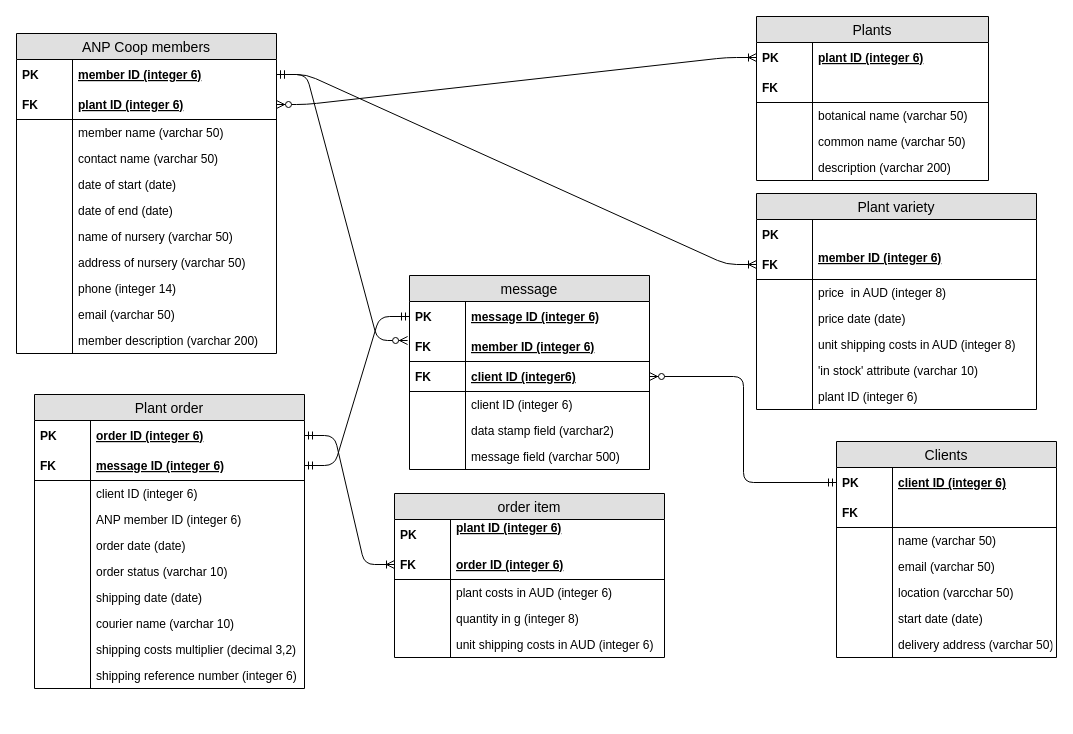
Earlier version of the draw.io diagram ICT211_Task2.drawio (usc-J-K200/MathGame). Source tidied: cells renumbered, new cells numbered last; positions are measured from the earlier drawing's top-left corner, leaving out a move shared by most shapes. Both pictures are drawn from the tidied source at 100%, with x=0, y=0 at pixel (16, 16).
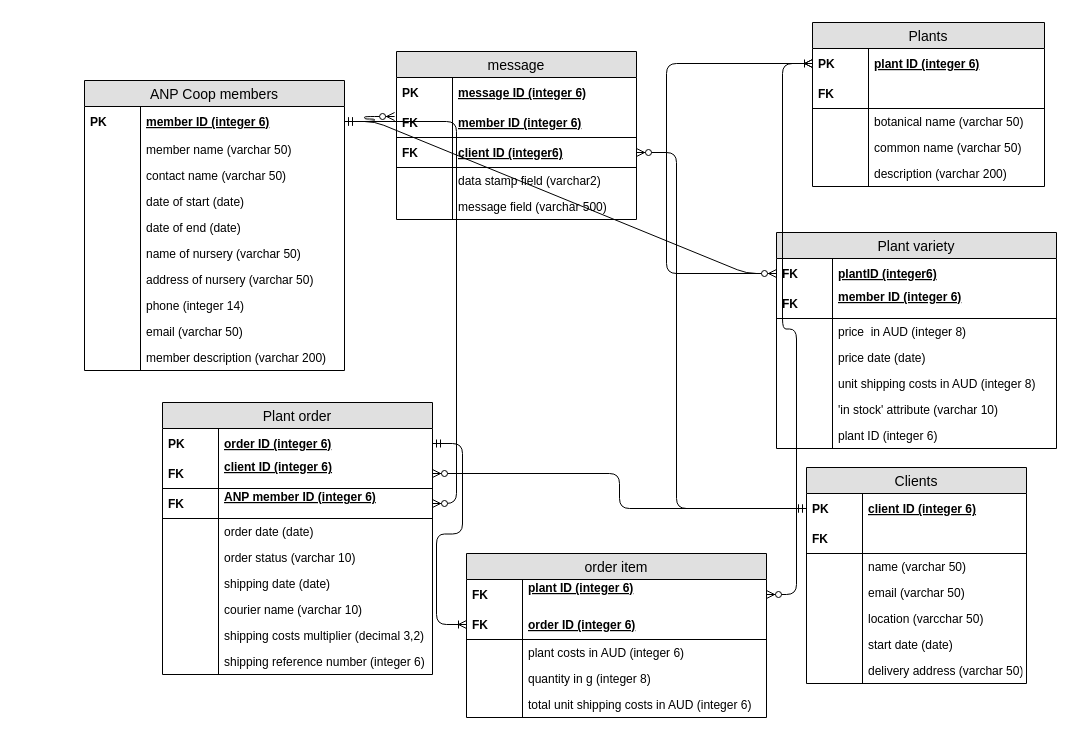
Above is the later version.

The change refers to these unchanged cells:
```xml
<mxCell id="3" value="member ID (integer 6)" style="shape=partialRectangle;top=0;left=0;right=0;bottom=0;align=left;verticalAlign=middle;fillColor=none;spacingLeft=60;spacingRight=4;overflow=hidden;points=[[0,0.5],[1,0.5]];portConstraint=eastwest;fontStyle=5;fontSize=12;" parent="2" vertex="1">
  <mxGeometry y="26" width="260" height="30" as="geometry" />
</mxCell>
<mxCell id="26" value="client ID (integer 6)" style="shape=partialRectangle;top=0;left=0;right=0;bottom=0;align=left;verticalAlign=middle;fillColor=none;spacingLeft=60;spacingRight=4;overflow=hidden;points=[[0,0.5],[1,0.5]];portConstraint=eastwest;fontStyle=5;fontSize=12;" parent="25" vertex="1">
  <mxGeometry y="26" width="220" height="30" as="geometry" />
</mxCell>
<mxCell id="41" value="plant ID (integer 6)" style="shape=partialRectangle;top=0;left=0;right=0;bottom=0;align=left;verticalAlign=middle;fillColor=none;spacingLeft=60;spacingRight=4;overflow=hidden;points=[[0,0.5],[1,0.5]];portConstraint=eastwest;fontStyle=5;fontSize=12;" parent="40" vertex="1">
  <mxGeometry y="26" width="232" height="30" as="geometry" />
</mxCell>
<mxCell id="54" value="member ID (integer 6)&#10;" style="shape=partialRectangle;top=0;left=0;right=0;bottom=1;align=left;verticalAlign=middle;fillColor=none;spacingLeft=60;spacingRight=4;overflow=hidden;points=[[0,0.5],[1,0.5]];portConstraint=eastwest;fontStyle=5;fontSize=12;" parent="51" vertex="1">
  <mxGeometry y="56" width="280" height="30" as="geometry" />
</mxCell>
<mxCell id="99" value="message ID (integer 6)" style="shape=partialRectangle;top=0;left=0;right=0;bottom=0;align=left;verticalAlign=middle;fillColor=none;spacingLeft=60;spacingRight=4;overflow=hidden;points=[[0,0.5],[1,0.5]];portConstraint=eastwest;fontStyle=5;fontSize=12;" parent="98" vertex="1">
  <mxGeometry y="26" width="240" height="30" as="geometry" />
</mxCell>
<mxCell id="103" value="client ID (integer6)" style="shape=partialRectangle;top=0;left=0;right=0;bottom=1;align=left;verticalAlign=middle;fillColor=none;spacingLeft=60;spacingRight=4;overflow=hidden;points=[[0,0.5],[1,0.5]];portConstraint=eastwest;fontStyle=5;fontSize=12;" parent="98" vertex="1">
  <mxGeometry y="86" width="240" height="30" as="geometry" />
</mxCell>
```

The edit, as a diff of the source:
```diff
@@
+    <mxCell id="117" style="fontSize=12;html=1;endArrow=ERmany;edgeStyle=elbowEdgeStyle;exitX=0;exitY=0.5;exitDx=0;exitDy=0;entryX=0;entryY=0.5;entryDx=0;entryDy=0;" parent="1" edge="1" source="52" target="41">
+      <mxGeometry relative="1" as="geometry">
+        <Array as="points">
+          <mxPoint x="650" y="127" />
+        </Array>
+      </mxGeometry>
+    </mxCell>
     <mxCell id="2" value="ANP Coop members" style="swimlane;fontStyle=0;horizontal=1;startSize=26;fillColor=#e0e0e0;swimlaneFillColor=#ffffff;align=center;fontSize=14;" parent="1" vertex="1">
-      <mxGeometry y="17" width="260" height="320" as="geometry" />
+      <mxGeometry x="68" y="64" width="260" height="290" as="geometry" />
     </mxCell>
@@
-    <mxCell id="5" value="plant ID (integer 6)" style="shape=partialRectangle;top=0;left=0;right=0;bottom=1;align=left;verticalAlign=middle;fillColor=none;spacingLeft=60;spacingRight=4;overflow=hidden;points=[[0,0.5],[1,0.5]];portConstraint=eastwest;fontStyle=5;fontSize=12;" parent="2" vertex="1">
-      <mxGeometry y="56" width="260" height="30" as="geometry" />
-    </mxCell>
-    <mxCell id="6" value="FK" style="shape=partialRectangle;fontStyle=1;top=0;left=0;bottom=0;fillColor=none;align=left;verticalAlign=middle;spacingLeft=4;spacingRight=4;overflow=hidden;fontSize=12;" parent="5" vertex="1">
-      <mxGeometry width="56" height="30" as="geometry" />
-    </mxCell>
     <mxCell id="7" value="member name (varchar 50)&#10;" style="shape=partialRectangle;top=0;left=0;right=0;bottom=0;align=left;verticalAlign=top;fillColor=none;spacingLeft=60;spacingRight=4;overflow=hidden;fontSize=12;" parent="2" vertex="1">
-      <mxGeometry y="86" width="260" height="26" as="geometry" />
+      <mxGeometry y="56" width="260" height="26" as="geometry" />
     </mxCell>
@@
     <mxCell id="9" value="contact name (varchar 50)&#10;" style="shape=partialRectangle;top=0;left=0;right=0;bottom=0;align=left;verticalAlign=top;fillColor=none;spacingLeft=60;spacingRight=4;overflow=hidden;fontSize=12;" parent="2" vertex="1">
-      <mxGeometry y="112" width="260" height="26" as="geometry" />
+      <mxGeometry y="82" width="260" height="26" as="geometry" />
     </mxCell>
@@
     <mxCell id="11" value="date of start (date)&#10;" style="shape=partialRectangle;top=0;left=0;right=0;bottom=0;align=left;verticalAlign=top;fillColor=none;spacingLeft=60;spacingRight=4;overflow=hidden;fontSize=12;" parent="2" vertex="1">
-      <mxGeometry y="138" width="260" height="26" as="geometry" />
+      <mxGeometry y="108" width="260" height="26" as="geometry" />
     </mxCell>
@@
     <mxCell id="13" value="date of end (date)&#10;" style="shape=partialRectangle;top=0;left=0;right=0;bottom=0;align=left;verticalAlign=top;fillColor=none;spacingLeft=60;spacingRight=4;overflow=hidden;fontSize=12;" parent="2" vertex="1">
-      <mxGeometry y="164" width="260" height="26" as="geometry" />
+      <mxGeometry y="134" width="260" height="26" as="geometry" />
     </mxCell>
@@
     <mxCell id="15" value="name of nursery (varchar 50)&#10;" style="shape=partialRectangle;top=0;left=0;right=0;bottom=0;align=left;verticalAlign=top;fillColor=none;spacingLeft=60;spacingRight=4;overflow=hidden;fontSize=12;" parent="2" vertex="1">
-      <mxGeometry y="190" width="260" height="26" as="geometry" />
+      <mxGeometry y="160" width="260" height="26" as="geometry" />
     </mxCell>
@@
     <mxCell id="17" value="address of nursery (varchar 50)&#10;" style="shape=partialRectangle;top=0;left=0;right=0;bottom=0;align=left;verticalAlign=top;fillColor=none;spacingLeft=60;spacingRight=4;overflow=hidden;fontSize=12;" parent="2" vertex="1">
-      <mxGeometry y="216" width="260" height="26" as="geometry" />
+      <mxGeometry y="186" width="260" height="26" as="geometry" />
     </mxCell>
@@
     <mxCell id="19" value="phone (integer 14)&#10;" style="shape=partialRectangle;top=0;left=0;right=0;bottom=0;align=left;verticalAlign=top;fillColor=none;spacingLeft=60;spacingRight=4;overflow=hidden;fontSize=12;" parent="2" vertex="1">
-      <mxGeometry y="242" width="260" height="26" as="geometry" />
+      <mxGeometry y="212" width="260" height="26" as="geometry" />
     </mxCell>
@@
     <mxCell id="21" value="email (varchar 50)&#10;" style="shape=partialRectangle;top=0;left=0;right=0;bottom=0;align=left;verticalAlign=top;fillColor=none;spacingLeft=60;spacingRight=4;overflow=hidden;fontSize=12;" parent="2" vertex="1">
-      <mxGeometry y="268" width="260" height="26" as="geometry" />
+      <mxGeometry y="238" width="260" height="26" as="geometry" />
     </mxCell>
@@
     <mxCell id="23" value="member description (varchar 200)&#10;" style="shape=partialRectangle;top=0;left=0;right=0;bottom=0;align=left;verticalAlign=top;fillColor=none;spacingLeft=60;spacingRight=4;overflow=hidden;fontSize=12;" parent="2" vertex="1">
-      <mxGeometry y="294" width="260" height="26" as="geometry" />
+      <mxGeometry y="264" width="260" height="26" as="geometry" />
     </mxCell>
@@
     <mxCell id="25" value="Clients" style="swimlane;fontStyle=0;horizontal=1;startSize=26;fillColor=#e0e0e0;swimlaneFillColor=#ffffff;align=center;fontSize=14;" parent="1" vertex="1">
-      <mxGeometry x="820" y="425" width="220" height="216" as="geometry" />
+      <mxGeometry x="790" y="451" width="220" height="216" as="geometry" />
     </mxCell>
@@
     <mxCell id="40" value="Plants" style="swimlane;fontStyle=0;horizontal=1;startSize=26;fillColor=#e0e0e0;swimlaneFillColor=#ffffff;align=center;fontSize=14;" parent="1" vertex="1">
-      <mxGeometry x="740" width="232" height="164" as="geometry" />
+      <mxGeometry x="796" y="6" width="232" height="164" as="geometry" />
     </mxCell>
@@
     <mxCell id="51" value="Plant variety" style="swimlane;fontStyle=0;horizontal=1;startSize=26;fillColor=#e0e0e0;swimlaneFillColor=#ffffff;align=center;fontSize=14;" parent="1" vertex="1">
-      <mxGeometry x="740" y="177" width="280" height="216" as="geometry" />
+      <mxGeometry x="760" y="216" width="280" height="216" as="geometry" />
     </mxCell>
-    <mxCell id="52" style="shape=partialRectangle;top=0;left=0;right=0;bottom=0;align=left;verticalAlign=middle;fillColor=none;spacingLeft=60;spacingRight=4;overflow=hidden;points=[[0,0.5],[1,0.5]];portConstraint=eastwest;fontStyle=5;fontSize=12;" parent="51" vertex="1">
+    <mxCell id="52" value="plantID (integer6)" style="shape=partialRectangle;top=0;left=0;right=0;bottom=0;align=left;verticalAlign=middle;fillColor=none;spacingLeft=60;spacingRight=4;overflow=hidden;points=[[0,0.5],[1,0.5]];portConstraint=eastwest;fontStyle=5;fontSize=12;" parent="51" vertex="1">
       <mxGeometry y="26" width="280" height="30" as="geometry" />
     </mxCell>
-    <mxCell id="53" value="PK" style="shape=partialRectangle;fontStyle=1;top=0;left=0;bottom=0;fillColor=none;align=left;verticalAlign=middle;spacingLeft=4;spacingRight=4;overflow=hidden;fontSize=12;" parent="52" vertex="1">
+    <mxCell id="53" value="FK" style="shape=partialRectangle;fontStyle=1;top=0;left=0;bottom=0;fillColor=none;align=left;verticalAlign=middle;spacingLeft=4;spacingRight=4;overflow=hidden;fontSize=12;" parent="52" vertex="1">
       <mxGeometry width="56" height="30" as="geometry" />
     </mxCell>
@@
     <mxCell id="66" value="Plant order" style="swimlane;fontStyle=0;horizontal=1;startSize=26;fillColor=#e0e0e0;swimlaneFillColor=#ffffff;align=center;fontSize=14;" parent="1" vertex="1">
-      <mxGeometry x="18" y="378" width="270" height="294" as="geometry" />
+      <mxGeometry x="146" y="386" width="270" height="272" as="geometry" />
     </mxCell>
@@
-    <mxCell id="69" value="message ID (integer 6)" style="shape=partialRectangle;top=0;left=0;right=0;bottom=1;align=left;verticalAlign=middle;fillColor=none;spacingLeft=60;spacingRight=4;overflow=hidden;points=[[0,0.5],[1,0.5]];portConstraint=eastwest;fontStyle=5;fontSize=12;" parent="66" vertex="1">
+    <mxCell id="69" value="client ID (integer 6)&#10;&#10;" style="shape=partialRectangle;top=0;left=0;right=0;bottom=1;align=left;verticalAlign=middle;fillColor=none;spacingLeft=60;spacingRight=4;overflow=hidden;points=[[0,0.5],[1,0.5]];portConstraint=eastwest;fontStyle=5;fontSize=12;" parent="66" vertex="1">
       <mxGeometry y="56" width="270" height="30" as="geometry" />
     </mxCell>
@@
-    <mxCell id="71" value="client ID (integer 6)&#10;" style="shape=partialRectangle;top=0;left=0;right=0;bottom=0;align=left;verticalAlign=top;fillColor=none;spacingLeft=60;spacingRight=4;overflow=hidden;fontSize=12;" parent="66" vertex="1">
-      <mxGeometry y="86" width="270" height="26" as="geometry" />
-    </mxCell>
-    <mxCell id="72" style="shape=partialRectangle;top=0;left=0;bottom=0;fillColor=none;align=left;verticalAlign=top;spacingLeft=4;spacingRight=4;overflow=hidden;fontSize=12;" parent="71" vertex="1">
-      <mxGeometry width="56" height="26" as="geometry" />
-    </mxCell>
-    <mxCell id="73" value="ANP member ID (integer 6)&#10;" style="shape=partialRectangle;top=0;left=0;right=0;bottom=0;align=left;verticalAlign=top;fillColor=none;spacingLeft=60;spacingRight=4;overflow=hidden;points=[[0,0.5],[1,0.5]];portConstraint=eastwest;fontSize=12;" parent="66" vertex="1">
-      <mxGeometry y="112" width="270" height="26" as="geometry" />
+    <mxCell id="73" value="ANP member ID (integer 6)&#10;" style="shape=partialRectangle;top=0;left=0;right=0;bottom=1;align=left;verticalAlign=middle;fillColor=none;spacingLeft=60;spacingRight=4;overflow=hidden;points=[[0,0.5],[1,0.5]];portConstraint=eastwest;fontStyle=5;fontSize=12;" parent="66" vertex="1">
+      <mxGeometry y="86" width="270" height="30" as="geometry" />
     </mxCell>
-    <mxCell id="74" style="shape=partialRectangle;top=0;left=0;bottom=0;fillColor=none;align=left;verticalAlign=top;spacingLeft=4;spacingRight=4;overflow=hidden;fontSize=12;" parent="73" vertex="1">
-      <mxGeometry width="56" height="26" as="geometry" />
-    </mxCell>
+    <mxCell id="6" value="FK" style="shape=partialRectangle;fontStyle=1;top=0;left=0;bottom=0;fillColor=none;align=left;verticalAlign=middle;spacingLeft=4;spacingRight=4;overflow=hidden;fontSize=12;" parent="73" vertex="1">
+      <mxGeometry width="56" height="30" as="geometry" />
+    </mxCell>
     <mxCell id="75" value="order date (date)&#10;" style="shape=partialRectangle;top=0;left=0;right=0;bottom=0;align=left;verticalAlign=top;fillColor=none;spacingLeft=60;spacingRight=4;overflow=hidden;fontSize=12;" parent="66" vertex="1">
-      <mxGeometry y="138" width="270" height="26" as="geometry" />
+      <mxGeometry y="116" width="270" height="26" as="geometry" />
     </mxCell>
@@
     <mxCell id="77" value="order status (varchar 10)&#10;" style="shape=partialRectangle;top=0;left=0;right=0;bottom=0;align=left;verticalAlign=top;fillColor=none;spacingLeft=60;spacingRight=4;overflow=hidden;fontSize=12;" parent="66" vertex="1">
-      <mxGeometry y="164" width="270" height="26" as="geometry" />
+      <mxGeometry y="142" width="270" height="26" as="geometry" />
     </mxCell>
@@
     <mxCell id="79" value="shipping date (date)&#10;" style="shape=partialRectangle;top=0;left=0;right=0;bottom=0;align=left;verticalAlign=top;fillColor=none;spacingLeft=60;spacingRight=4;overflow=hidden;fontSize=12;" parent="66" vertex="1">
-      <mxGeometry y="190" width="270" height="26" as="geometry" />
+      <mxGeometry y="168" width="270" height="26" as="geometry" />
     </mxCell>
@@
     <mxCell id="81" value="courier name (varchar 10)&#10;" style="shape=partialRectangle;top=0;left=0;right=0;bottom=0;align=left;verticalAlign=top;fillColor=none;spacingLeft=60;spacingRight=4;overflow=hidden;fontSize=12;" parent="66" vertex="1">
-      <mxGeometry y="216" width="270" height="26" as="geometry" />
+      <mxGeometry y="194" width="270" height="26" as="geometry" />
     </mxCell>
@@
     <mxCell id="83" value="shipping costs multiplier (decimal 3,2) &#10;" style="shape=partialRectangle;top=0;left=0;right=0;bottom=0;align=left;verticalAlign=top;fillColor=none;spacingLeft=60;spacingRight=4;overflow=hidden;fontSize=12;" parent="66" vertex="1">
-      <mxGeometry y="242" width="270" height="26" as="geometry" />
+      <mxGeometry y="220" width="270" height="26" as="geometry" />
     </mxCell>
@@
     <mxCell id="85" value="shipping reference number (integer 6)&#10;" style="shape=partialRectangle;top=0;left=0;right=0;bottom=0;align=left;verticalAlign=top;fillColor=none;spacingLeft=60;spacingRight=4;overflow=hidden;fontSize=12;" parent="66" vertex="1">
-      <mxGeometry y="268" width="270" height="26" as="geometry" />
+      <mxGeometry y="246" width="270" height="26" as="geometry" />
     </mxCell>
@@
     <mxCell id="87" value="order item" style="swimlane;fontStyle=0;horizontal=1;startSize=26;fillColor=#e0e0e0;swimlaneFillColor=#ffffff;align=center;fontSize=14;" parent="1" vertex="1">
-      <mxGeometry x="378" y="477" width="270" height="164" as="geometry" />
+      <mxGeometry x="450" y="537" width="300" height="164" as="geometry" />
     </mxCell>
     <mxCell id="88" value="plant ID (integer 6)&#10;" style="shape=partialRectangle;top=0;left=0;right=0;bottom=0;align=left;verticalAlign=middle;fillColor=none;spacingLeft=60;spacingRight=4;overflow=hidden;points=[[0,0.5],[1,0.5]];portConstraint=eastwest;fontStyle=5;fontSize=12;" parent="87" vertex="1">
-      <mxGeometry y="26" width="270" height="30" as="geometry" />
+      <mxGeometry y="26" width="300" height="30" as="geometry" />
     </mxCell>
-    <mxCell id="89" value="PK" style="shape=partialRectangle;fontStyle=1;top=0;left=0;bottom=0;fillColor=none;align=left;verticalAlign=middle;spacingLeft=4;spacingRight=4;overflow=hidden;fontSize=12;" parent="88" vertex="1">
+    <mxCell id="89" value="FK" style="shape=partialRectangle;fontStyle=1;top=0;left=0;bottom=0;fillColor=none;align=left;verticalAlign=middle;spacingLeft=4;spacingRight=4;overflow=hidden;fontSize=12;" parent="88" vertex="1">
       <mxGeometry width="56" height="30" as="geometry" />
     </mxCell>
     <mxCell id="90" value="order ID (integer 6)" style="shape=partialRectangle;top=0;left=0;right=0;bottom=1;align=left;verticalAlign=middle;fillColor=none;spacingLeft=60;spacingRight=4;overflow=hidden;points=[[0,0.5],[1,0.5]];portConstraint=eastwest;fontStyle=5;fontSize=12;" parent="87" vertex="1">
-      <mxGeometry y="56" width="270" height="30" as="geometry" />
+      <mxGeometry y="56" width="300" height="30" as="geometry" />
     </mxCell>
@@
     <mxCell id="92" value="plant costs in AUD (integer 6)&#10;" style="shape=partialRectangle;top=0;left=0;right=0;bottom=0;align=left;verticalAlign=top;fillColor=none;spacingLeft=60;spacingRight=4;overflow=hidden;fontSize=12;" parent="87" vertex="1">
-      <mxGeometry y="86" width="270" height="26" as="geometry" />
+      <mxGeometry y="86" width="300" height="26" as="geometry" />
     </mxCell>
@@
     <mxCell id="94" value="quantity in g (integer 8)&#10;" style="shape=partialRectangle;top=0;left=0;right=0;bottom=0;align=left;verticalAlign=top;fillColor=none;spacingLeft=60;spacingRight=4;overflow=hidden;fontSize=12;" parent="87" vertex="1">
-      <mxGeometry y="112" width="270" height="26" as="geometry" />
+      <mxGeometry y="112" width="300" height="26" as="geometry" />
     </mxCell>
@@
-    <mxCell id="96" value="unit shipping costs in AUD (integer 6)&#10;" style="shape=partialRectangle;top=0;left=0;right=0;bottom=0;align=left;verticalAlign=top;fillColor=none;spacingLeft=60;spacingRight=4;overflow=hidden;fontSize=12;" parent="87" vertex="1">
-      <mxGeometry y="138" width="270" height="26" as="geometry" />
+    <mxCell id="96" value="total unit shipping costs in AUD (integer 6)&#10;" style="shape=partialRectangle;top=0;left=0;right=0;bottom=0;align=left;verticalAlign=top;fillColor=none;spacingLeft=60;spacingRight=4;overflow=hidden;fontSize=12;" parent="87" vertex="1">
+      <mxGeometry y="138" width="300" height="26" as="geometry" />
     </mxCell>
@@
     <mxCell id="98" value="message" style="swimlane;fontStyle=0;horizontal=1;startSize=26;fillColor=#e0e0e0;swimlaneFillColor=#ffffff;align=center;fontSize=14;" parent="1" vertex="1">
-      <mxGeometry x="393" y="259" width="240" height="194" as="geometry" />
+      <mxGeometry x="380" y="35" width="240" height="168" as="geometry" />
     </mxCell>
@@
-    <mxCell id="105" value="client ID (integer 6)&#10;" style="shape=partialRectangle;top=0;left=0;right=0;bottom=0;align=left;verticalAlign=top;fillColor=none;spacingLeft=60;spacingRight=4;overflow=hidden;fontSize=12;" parent="98" vertex="1">
-      <mxGeometry y="116" width="240" height="26" as="geometry" />
-    </mxCell>
-    <mxCell id="106" style="shape=partialRectangle;top=0;left=0;bottom=0;fillColor=none;align=left;verticalAlign=top;spacingLeft=4;spacingRight=4;overflow=hidden;fontSize=12;" parent="105" vertex="1">
-      <mxGeometry width="56" height="26" as="geometry" />
-    </mxCell>
     <mxCell id="107" value="data stamp field (varchar2)" style="shape=partialRectangle;top=0;left=0;right=0;bottom=0;align=left;verticalAlign=top;fillColor=none;spacingLeft=60;spacingRight=4;overflow=hidden;fontSize=12;" parent="98" vertex="1">
-      <mxGeometry y="142" width="240" height="26" as="geometry" />
+      <mxGeometry y="116" width="240" height="26" as="geometry" />
     </mxCell>
@@
     <mxCell id="109" value="message field (varchar 500)&#10;" style="shape=partialRectangle;top=0;left=0;right=0;bottom=0;align=left;verticalAlign=top;fillColor=none;spacingLeft=60;spacingRight=4;overflow=hidden;fontSize=12;" parent="98" vertex="1">
-      <mxGeometry y="168" width="240" height="26" as="geometry" />
+      <mxGeometry y="142" width="240" height="26" as="geometry" />
     </mxCell>
@@
-    <mxCell id="111" style="edgeStyle=entityRelationEdgeStyle;fontSize=12;html=1;endArrow=ERoneToMany;startArrow=ERzeroToMany;exitX=1;exitY=0.5;exitDx=0;exitDy=0;entryX=0;entryY=0.5;entryDx=0;entryDy=0;" parent="1" edge="1" source="5" target="41">
-      <mxGeometry relative="1" as="geometry" />
-    </mxCell>
-    <mxCell id="112" style="edgeStyle=entityRelationEdgeStyle;fontSize=12;html=1;endArrow=ERoneToMany;startArrow=ERmandOne;entryX=0;entryY=0.5;entryDx=0;entryDy=0;exitX=1;exitY=0.5;exitDx=0;exitDy=0;" parent="1" edge="1" source="3" target="54">
-      <mxGeometry relative="1" as="geometry" />
-    </mxCell>
@@
-    <mxCell id="114" style="edgeStyle=entityRelationEdgeStyle;fontSize=12;html=1;endArrow=ERmandOne;startArrow=ERmandOne;entryX=0;entryY=0.5;entryDx=0;entryDy=0;exitX=1;exitY=0.5;exitDx=0;exitDy=0;" parent="1" edge="1" source="69" target="99">
-      <mxGeometry relative="1" as="geometry" />
-    </mxCell>
@@
-    <mxCell id="116" style="edgeStyle=elbowEdgeStyle;fontSize=12;html=1;endArrow=ERzeroToMany;startArrow=ERmandOne;entryX=1;entryY=0.5;entryDx=0;entryDy=0;exitX=0;exitY=0.5;exitDx=0;exitDy=0;" parent="1" edge="1" source="26" target="103">
-      <mxGeometry relative="1" as="geometry" />
+    <mxCell id="116" style="fontSize=12;html=1;endArrow=ERzeroToMany;startArrow=ERmandOne;entryX=1;entryY=0.5;entryDx=0;entryDy=0;exitX=0;exitY=0.5;exitDx=0;exitDy=0;edgeStyle=elbowEdgeStyle;" parent="1" edge="1" source="26" target="103">
+      <mxGeometry relative="1" as="geometry">
+        <Array as="points">
+          <mxPoint x="660" y="397" />
+        </Array>
+      </mxGeometry>
     </mxCell>
+    <mxCell id="118" style="edgeStyle=elbowEdgeStyle;fontSize=12;html=1;endArrow=ERzeroToMany;startArrow=ERmandOne;entryX=1;entryY=0.5;entryDx=0;entryDy=0;exitX=0;exitY=0.5;exitDx=0;exitDy=0;" parent="1" edge="1" source="26" target="69">
+      <mxGeometry relative="1" as="geometry" />
+    </mxCell>
+    <mxCell id="119" style="edgeStyle=elbowEdgeStyle;fontSize=12;html=1;endArrow=ERzeroToMany;startArrow=ERmandOne;entryX=1;entryY=0.5;entryDx=0;entryDy=0;exitX=1;exitY=0.5;exitDx=0;exitDy=0;" parent="1" edge="1" source="3" target="73">
+      <mxGeometry relative="1" as="geometry">
+        <Array as="points">
+          <mxPoint x="440" y="347" />
+          <mxPoint x="320" y="267" />
+        </Array>
+      </mxGeometry>
+    </mxCell>
+    <mxCell id="120" style="edgeStyle=entityRelationEdgeStyle;fontSize=12;html=1;endArrow=ERoneToMany;startArrow=ERzeroToMany;entryX=0;entryY=0.5;entryDx=0;entryDy=0;exitX=1;exitY=0.5;exitDx=0;exitDy=0;" parent="1" edge="1" source="88" target="41">
+      <mxGeometry relative="1" as="geometry" />
+    </mxCell>
+    <mxCell id="121" style="edgeStyle=entityRelationEdgeStyle;fontSize=12;html=1;endArrow=ERzeroToMany;startArrow=ERmandOne;entryX=0;entryY=0.5;entryDx=0;entryDy=0;exitX=1;exitY=0.5;exitDx=0;exitDy=0;" parent="1" edge="1" source="3" target="52">
+      <mxGeometry relative="1" as="geometry" />
+    </mxCell>
```
